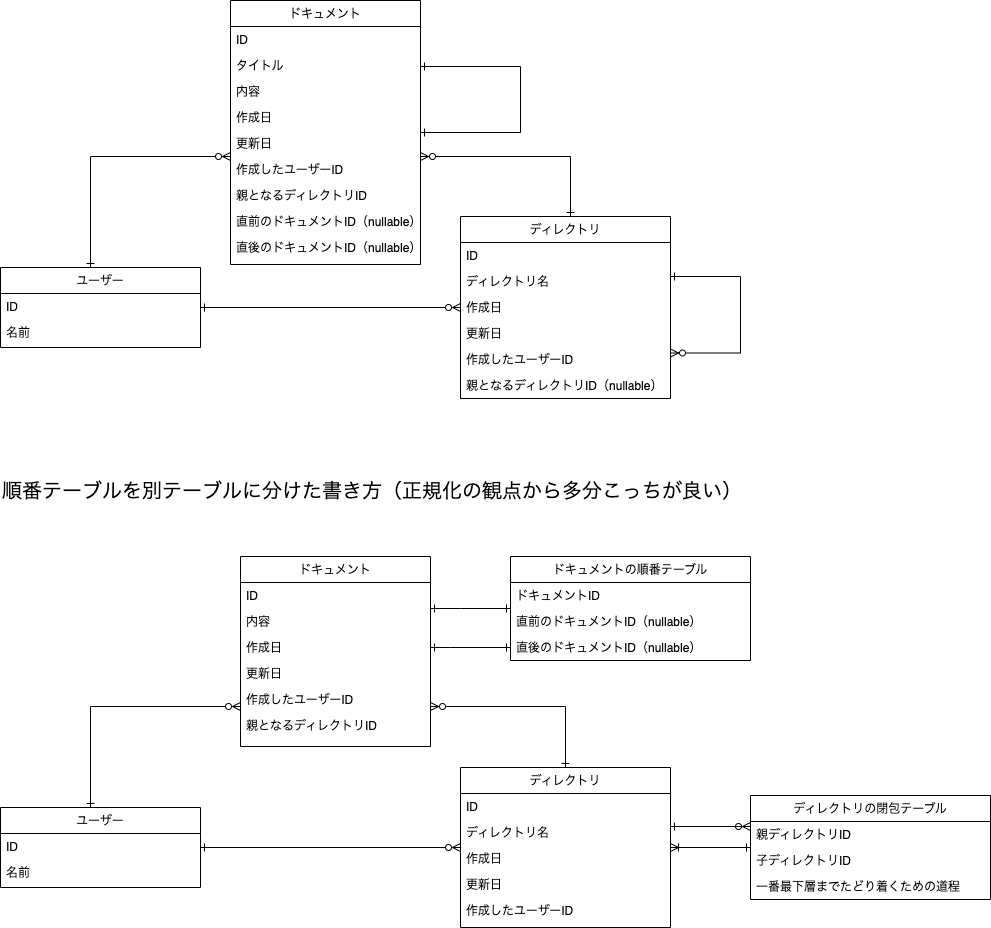
yuikoito/PrAhaChallenge keeps this draw.io diagram as db/reconsideration/DB3 Diagram.drawio.png. Above is the earlier version. Source tidied: cells renumbered, new cells last; positions are measured from the earlier drawing's top-left corner, leaving out a move shared by most shapes.
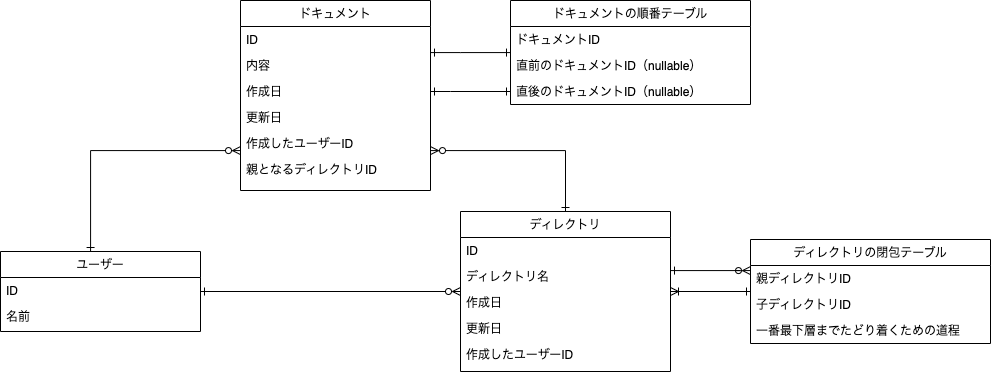
Later version of the same file.

Change to the diagram source:
```diff
@@ -2,99 +2,6 @@
   <root>
     <mxCell id="0" />
     <mxCell id="1" parent="0" />
-    <mxCell id="2" style="edgeStyle=orthogonalEdgeStyle;rounded=0;jettySize=auto;html=1;startArrow=ERone;startFill=0;endArrow=ERzeroToMany;endFill=0;" parent="1" edge="1" source="4" target="18">
-      <mxGeometry relative="1" as="geometry" />
-    </mxCell>
-    <mxCell id="3" style="edgeStyle=orthogonalEdgeStyle;rounded=0;jettySize=auto;html=1;startArrow=ERone;startFill=0;endArrow=ERzeroToMany;endFill=0;" parent="1" edge="1" source="4" target="8">
-      <mxGeometry relative="1" as="geometry">
-        <Array as="points">
-          <mxPoint x="90" y="156" />
-        </Array>
-      </mxGeometry>
-    </mxCell>
-    <mxCell id="4" value="ユーザー" style="swimlane;fontStyle=0;align=center;verticalAlign=top;horizontal=1;startSize=26;rounded=0;shadow=0;strokeWidth=1;" parent="1" vertex="1">
-      <mxGeometry y="267" width="200" height="80" as="geometry" />
-    </mxCell>
-    <mxCell id="5" value="ID" style="text;align=left;verticalAlign=top;spacingLeft=4;spacingRight=4;overflow=hidden;" parent="4" vertex="1">
-      <mxGeometry y="26" width="200" height="26" as="geometry" />
-    </mxCell>
-    <mxCell id="6" value="名前" style="text;align=left;verticalAlign=top;spacingLeft=4;spacingRight=4;overflow=hidden;rounded=0;shadow=0;html=0;" parent="4" vertex="1">
-      <mxGeometry y="52" width="200" height="26" as="geometry" />
-    </mxCell>
-    <mxCell id="7" style="edgeStyle=orthogonalEdgeStyle;rounded=0;jettySize=auto;html=1;startArrow=ERzeroToMany;startFill=0;endArrow=ERone;endFill=0;" parent="1" edge="1" source="8" target="18">
-      <mxGeometry relative="1" as="geometry">
-        <Array as="points">
-          <mxPoint x="570" y="156" />
-        </Array>
-      </mxGeometry>
-    </mxCell>
-    <mxCell id="8" value="ドキュメント" style="swimlane;fontStyle=0;align=center;verticalAlign=top;horizontal=1;startSize=26;rounded=0;shadow=0;strokeWidth=1;" parent="1" vertex="1">
-      <mxGeometry x="230" width="190" height="264" as="geometry" />
-    </mxCell>
-    <mxCell id="9" value="ID" style="text;align=left;verticalAlign=top;spacingLeft=4;spacingRight=4;overflow=hidden;" parent="8" vertex="1">
-      <mxGeometry y="26" width="190" height="26" as="geometry" />
-    </mxCell>
-    <mxCell id="10" value="タイトル" style="text;align=left;verticalAlign=top;spacingLeft=4;spacingRight=4;overflow=hidden;" parent="8" vertex="1">
-      <mxGeometry y="52" width="190" height="26" as="geometry" />
-    </mxCell>
-    <mxCell id="11" value="内容" style="text;align=left;verticalAlign=top;spacingLeft=4;spacingRight=4;overflow=hidden;" parent="8" vertex="1">
-      <mxGeometry y="78" width="190" height="26" as="geometry" />
-    </mxCell>
-    <mxCell id="12" value="作成日" style="text;align=left;verticalAlign=top;spacingLeft=4;spacingRight=4;overflow=hidden;rounded=0;shadow=0;html=0;" parent="8" vertex="1">
-      <mxGeometry y="104" width="190" height="26" as="geometry" />
-    </mxCell>
-    <mxCell id="13" value="更新日&#10;" style="text;align=left;verticalAlign=top;spacingLeft=4;spacingRight=4;overflow=hidden;rounded=0;shadow=0;html=0;" parent="8" vertex="1">
-      <mxGeometry y="130" width="190" height="26" as="geometry" />
-    </mxCell>
-    <mxCell id="14" value="作成したユーザーID" style="text;align=left;verticalAlign=top;spacingLeft=4;spacingRight=4;overflow=hidden;" parent="8" vertex="1">
-      <mxGeometry y="156" width="190" height="26" as="geometry" />
-    </mxCell>
-    <mxCell id="15" value="親となるディレクトリID" style="text;align=left;verticalAlign=top;spacingLeft=4;spacingRight=4;overflow=hidden;" parent="8" vertex="1">
-      <mxGeometry y="182" width="190" height="26" as="geometry" />
-    </mxCell>
-    <mxCell id="16" value="直前のドキュメントID（nullable）" style="text;align=left;verticalAlign=top;spacingLeft=4;spacingRight=4;overflow=hidden;" parent="8" vertex="1">
-      <mxGeometry y="208" width="190" height="26" as="geometry" />
-    </mxCell>
-    <mxCell id="17" value="直後のドキュメントID（nullable）" style="text;align=left;verticalAlign=top;spacingLeft=4;spacingRight=4;overflow=hidden;" parent="8" vertex="1">
-      <mxGeometry y="234" width="190" height="30" as="geometry" />
-    </mxCell>
-    <mxCell id="18" value="ディレクトリ" style="swimlane;fontStyle=0;align=center;verticalAlign=top;horizontal=1;startSize=26;rounded=0;shadow=0;strokeWidth=1;" parent="1" vertex="1">
-      <mxGeometry x="460" y="216" width="210" height="182" as="geometry" />
-    </mxCell>
-    <mxCell id="19" value="ID" style="text;align=left;verticalAlign=top;spacingLeft=4;spacingRight=4;overflow=hidden;" parent="18" vertex="1">
-      <mxGeometry y="26" width="210" height="26" as="geometry" />
-    </mxCell>
-    <mxCell id="20" value="ディレクトリ名" style="text;align=left;verticalAlign=top;spacingLeft=4;spacingRight=4;overflow=hidden;" parent="18" vertex="1">
-      <mxGeometry y="52" width="210" height="26" as="geometry" />
-    </mxCell>
-    <mxCell id="21" value="作成日" style="text;align=left;verticalAlign=top;spacingLeft=4;spacingRight=4;overflow=hidden;rounded=0;shadow=0;html=0;" parent="18" vertex="1">
-      <mxGeometry y="78" width="210" height="26" as="geometry" />
-    </mxCell>
-    <mxCell id="22" value="更新日&#10;" style="text;align=left;verticalAlign=top;spacingLeft=4;spacingRight=4;overflow=hidden;rounded=0;shadow=0;html=0;" parent="18" vertex="1">
-      <mxGeometry y="104" width="210" height="26" as="geometry" />
-    </mxCell>
-    <mxCell id="23" value="作成したユーザーID" style="text;align=left;verticalAlign=top;spacingLeft=4;spacingRight=4;overflow=hidden;" parent="18" vertex="1">
-      <mxGeometry y="130" width="210" height="26" as="geometry" />
-    </mxCell>
-    <mxCell id="24" value="親となるディレクトリID（nullable）" style="text;align=left;verticalAlign=top;spacingLeft=4;spacingRight=4;overflow=hidden;" parent="18" vertex="1">
-      <mxGeometry y="156" width="210" height="26" as="geometry" />
-    </mxCell>
-    <mxCell id="25" style="edgeStyle=orthogonalEdgeStyle;rounded=0;orthogonalLoop=1;jettySize=auto;html=1;entryX=1;entryY=0.75;entryDx=0;entryDy=0;startArrow=ERone;startFill=0;endArrow=ERzeroToMany;endFill=0;" parent="1" edge="1" source="18" target="18">
-      <mxGeometry relative="1" as="geometry">
-        <Array as="points">
-          <mxPoint x="740" y="276" />
-          <mxPoint x="740" y="353" />
-        </Array>
-      </mxGeometry>
-    </mxCell>
-    <mxCell id="26" style="edgeStyle=orthogonalEdgeStyle;rounded=0;orthogonalLoop=1;jettySize=auto;html=1;entryX=1;entryY=0.25;entryDx=0;entryDy=0;startArrow=ERone;startFill=0;endArrow=ERone;endFill=0;" parent="1" edge="1" source="8" target="8">
-      <mxGeometry relative="1" as="geometry">
-        <Array as="points">
-          <mxPoint x="520" y="132" />
-          <mxPoint x="520" y="66" />
-        </Array>
-      </mxGeometry>
-    </mxCell>
     <mxCell id="27" style="edgeStyle=orthogonalEdgeStyle;rounded=0;jettySize=auto;html=1;startArrow=ERone;startFill=0;endArrow=ERzeroToMany;endFill=0;" parent="1" edge="1" source="29" target="42">
       <mxGeometry relative="1" as="geometry" />
     </mxCell>
@@ -211,8 +118,5 @@
         </Array>
       </mxGeometry>
     </mxCell>
-    <mxCell id="58" value="順番テーブルを別テーブルに分けた書き方（正規化の観点から多分こっちが良い）" style="text;html=1;strokeColor=none;fillColor=none;align=left;verticalAlign=middle;whiteSpace=wrap;rounded=0;fontSize=20;" parent="1" vertex="1">
-      <mxGeometry y="476" width="840" height="30" as="geometry" />
-    </mxCell>
   </root>
 </mxGraphModel>
```
